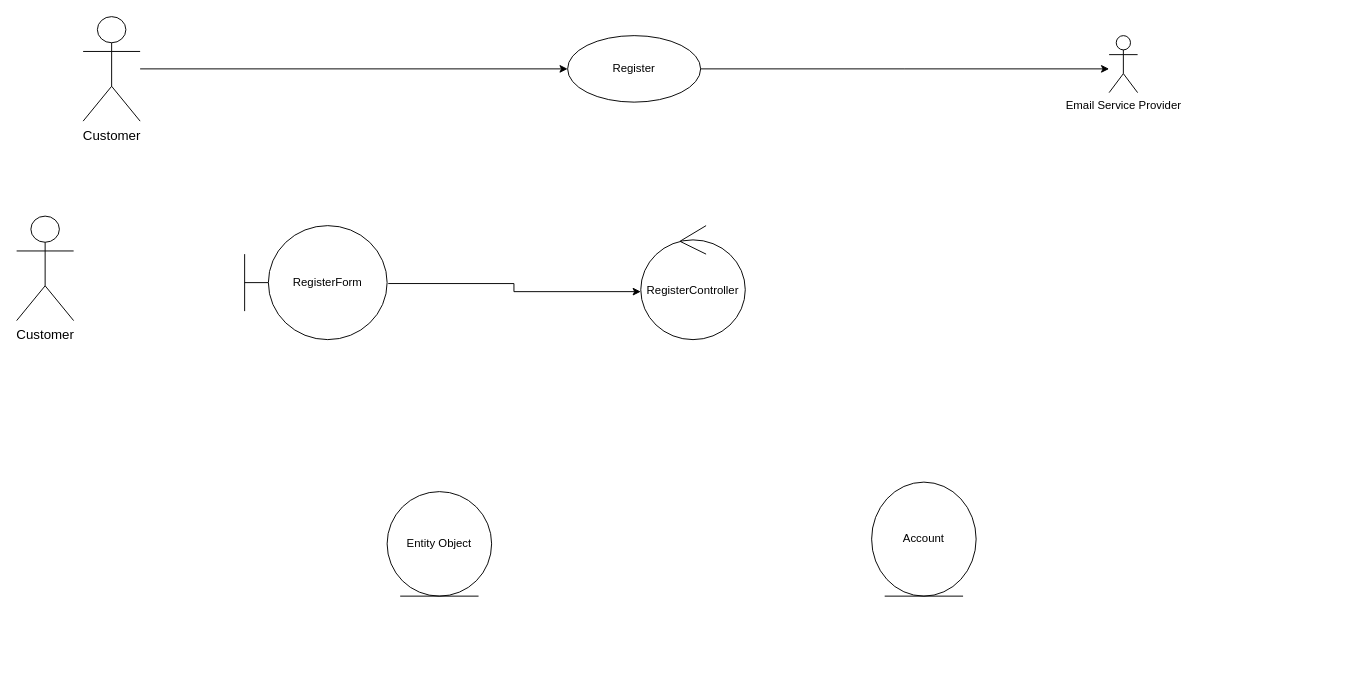
Before: page "CLB-Register" (2 of 3) of ProjectProcesses/HostDog_6UML/UML.drawio in Hostdogs/Project_Hostdog, a draw.io diagram. Source tidied: cells renumbered, new cells numbered last; positions are measured from the earlier drawing's top-left corner, leaving out a move shared by most shapes. Both pictures are drawn from the tidied source at 95%, with x=0, y=0 at pixel (16, 16).
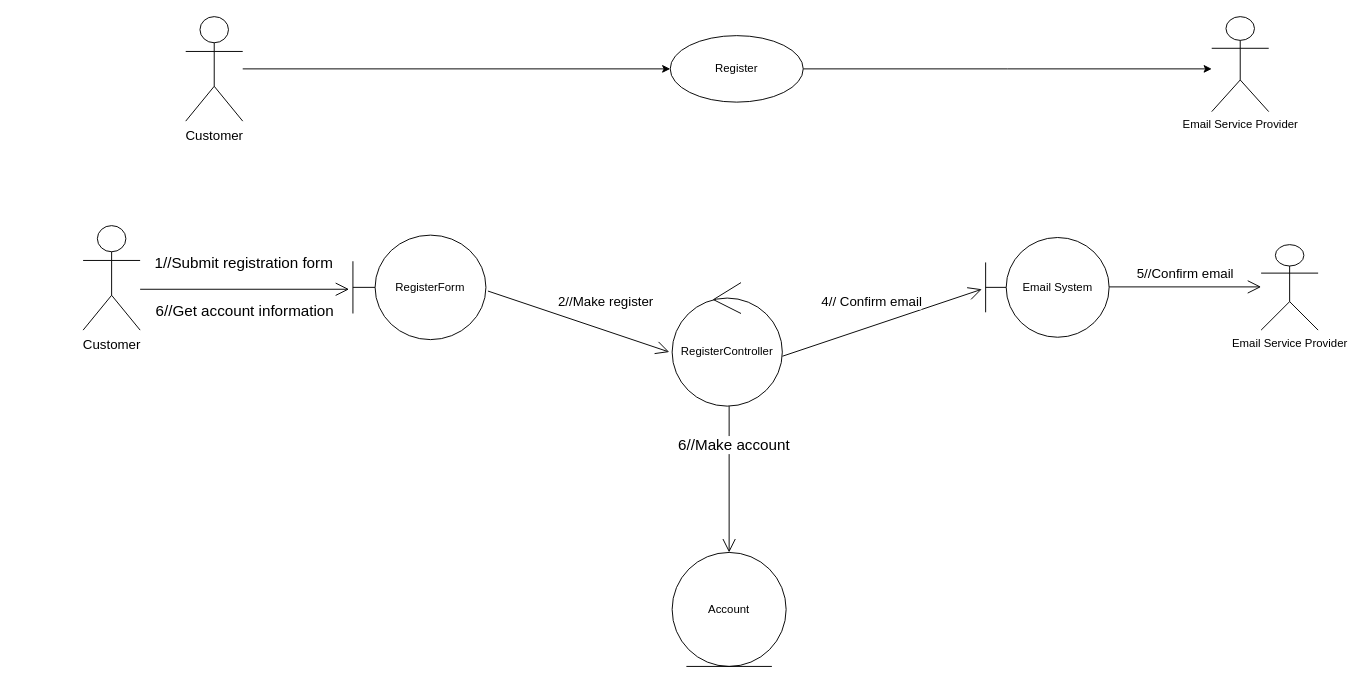
The same diagram, later.

Diff of the diagram source:
```diff
@@
     <mxCell id="3" value="&lt;font style=&quot;font-size: 14px;&quot;&gt;Customer&lt;/font&gt;" style="shape=umlActor;verticalLabelPosition=bottom;verticalAlign=top;html=1;fontSize=14;" parent="1" vertex="1">
-      <mxGeometry x="70" width="60" height="110" as="geometry" />
+      <mxGeometry x="178" width="60" height="110" as="geometry" />
     </mxCell>
-    <mxCell id="4" style="edgeStyle=orthogonalEdgeStyle;rounded=0;jettySize=auto;html=1;entryX=0;entryY=0.579;entryDx=0;entryDy=0;entryPerimeter=0;exitX=1.008;exitY=0.508;exitDx=0;exitDy=0;exitPerimeter=0;" parent="1" edge="1" source="5" target="6">
-      <mxGeometry relative="1" as="geometry" />
-    </mxCell>
     <mxCell id="5" value="RegisterForm" style="shape=umlBoundary;whiteSpace=wrap;html=1;" parent="1" vertex="1">
-      <mxGeometry x="240" y="220" width="150" height="120" as="geometry" />
+      <mxGeometry x="354" y="230" width="140" height="110" as="geometry" />
     </mxCell>
     <mxCell id="6" value="RegisterController" style="ellipse;shape=umlControl;whiteSpace=wrap;html=1;" parent="1" vertex="1">
-      <mxGeometry x="657" y="220" width="110" height="120" as="geometry" />
+      <mxGeometry x="690" y="280" width="116" height="130" as="geometry" />
     </mxCell>
     <mxCell id="7" style="edgeStyle=orthogonalEdgeStyle;rounded=0;jettySize=auto;html=1;" parent="1" edge="1" source="8">
       <mxGeometry relative="1" as="geometry">
-        <mxPoint x="1150" y="55" as="targetPoint" />
+        <mxPoint x="1258" y="55" as="targetPoint" />
       </mxGeometry>
     </mxCell>
     <mxCell id="8" value="Register" style="ellipse;whiteSpace=wrap;html=1;" parent="1" vertex="1">
-      <mxGeometry x="580" y="20" width="140" height="70" as="geometry" />
+      <mxGeometry x="688" y="20" width="140" height="70" as="geometry" />
     </mxCell>
     <mxCell id="9" value="Account" style="ellipse;shape=umlEntity;whiteSpace=wrap;html=1;" parent="1" vertex="1">
-      <mxGeometry x="900" y="490" width="110" height="120" as="geometry" />
+      <mxGeometry x="690" y="564" width="120" height="120" as="geometry" />
     </mxCell>
-    <mxCell id="10" value="Entity Object" style="ellipse;shape=umlEntity;whiteSpace=wrap;html=1;" parent="1" vertex="1">
-      <mxGeometry x="390" y="500" width="110" height="110" as="geometry" />
-    </mxCell>
     <mxCell id="11" value="&lt;font style=&quot;font-size: 14px;&quot;&gt;Customer&lt;/font&gt;" style="shape=umlActor;verticalLabelPosition=bottom;verticalAlign=top;html=1;fontSize=14;" parent="1" vertex="1">
-      <mxGeometry y="210" width="60" height="110" as="geometry" />
+      <mxGeometry x="70" y="220" width="60" height="110" as="geometry" />
     </mxCell>
     <mxCell id="12" value="Email Service Provider" style="shape=umlActor;verticalLabelPosition=bottom;verticalAlign=top;html=1;" parent="1" vertex="1">
-      <mxGeometry x="1150" y="20" width="30" height="60" as="geometry" />
+      <mxGeometry x="1258" width="60" height="100" as="geometry" />
     </mxCell>
+    <mxCell id="13" value="Email System" style="shape=umlBoundary;whiteSpace=wrap;html=1;" parent="1" vertex="1">
+      <mxGeometry x="1020" y="232.5" width="130" height="105" as="geometry" />
+    </mxCell>
+    <mxCell id="4" value="&lt;font style=&quot;font-size: 14px&quot;&gt;2//Make register&lt;/font&gt;" style="endArrow=open;endFill=1;endSize=12;html=1;entryX=-0.026;entryY=0.562;entryDx=0;entryDy=0;entryPerimeter=0;exitX=1.015;exitY=0.535;exitDx=0;exitDy=0;exitPerimeter=0;" parent="1" edge="1" source="5" target="6">
+      <mxGeometry x="0.2" y="29" relative="1" as="geometry" />
+    </mxCell>
+    <mxCell id="14" value="&lt;font style=&quot;font-size: 14px&quot;&gt;4// Confirm email&lt;/font&gt;" style="endArrow=open;endFill=1;endSize=12;html=1;entryX=-0.031;entryY=0.519;entryDx=0;entryDy=0;entryPerimeter=0;exitX=1.001;exitY=0.596;exitDx=0;exitDy=0;exitPerimeter=0;" parent="1" edge="1" source="6" target="13">
+      <mxGeometry x="-0.03" y="25" relative="1" as="geometry" />
+    </mxCell>
+    <mxCell id="15" style="endArrow=open;endFill=1;endSize=12;html=1;entryX=-0.029;entryY=0.518;entryDx=0;entryDy=0;entryPerimeter=0;" parent="1" edge="1" target="5">
+      <mxGeometry relative="1" as="geometry">
+        <mxPoint x="130" y="287" as="sourcePoint" />
+      </mxGeometry>
+    </mxCell>
+    <mxCell id="16" value="&lt;font style=&quot;font-size: 16px&quot;&gt;1//Submit registration form&lt;/font&gt;" style="edgeLabel;html=1;align=center;verticalAlign=bottom;labelPosition=center;verticalLabelPosition=top;" parent="15" vertex="1">
+      <mxGeometry x="0.18" y="-4" relative="1" as="geometry">
+        <mxPoint x="-22" y="-21" as="offset" />
+      </mxGeometry>
+    </mxCell>
+    <mxCell id="17" value="&lt;font style=&quot;font-size: 16px&quot;&gt;6//Get account information&lt;/font&gt;" style="edgeLabel;html=1;align=center;verticalAlign=middle;" parent="15" vertex="1">
+      <mxGeometry x="-0.35" y="-1" relative="1" as="geometry">
+        <mxPoint x="38.6" y="22" as="offset" />
+      </mxGeometry>
+    </mxCell>
+    <mxCell id="18" value="Email Service Provider" style="shape=umlActor;verticalLabelPosition=bottom;verticalAlign=top;html=1;" parent="1" vertex="1">
+      <mxGeometry x="1310" y="240" width="60" height="90" as="geometry" />
+    </mxCell>
+    <mxCell id="19" value="&lt;font style=&quot;font-size: 14px&quot;&gt;5//Confirm email&lt;/font&gt;" style="endArrow=open;endFill=1;endSize=12;html=1;" parent="1" edge="1">
+      <mxGeometry y="15" relative="1" as="geometry">
+        <mxPoint x="1150" y="284.5" as="sourcePoint" />
+        <mxPoint x="1310" y="284.5" as="targetPoint" />
+        <mxPoint y="1" as="offset" />
+      </mxGeometry>
+    </mxCell>
+    <mxCell id="20" style="endArrow=open;endFill=1;endSize=12;html=1;entryX=0.5;entryY=0;entryDx=0;entryDy=0;" parent="1" edge="1" target="9">
+      <mxGeometry relative="1" as="geometry">
+        <mxPoint x="750" y="410" as="sourcePoint" />
+      </mxGeometry>
+    </mxCell>
+    <mxCell id="21" value="&lt;font style=&quot;font-size: 16px&quot;&gt;6//Make account&lt;/font&gt;" style="edgeLabel;html=1;align=center;verticalAlign=middle;" parent="20" vertex="1">
+      <mxGeometry x="-0.48" y="4" relative="1" as="geometry" />
+    </mxCell>
```
